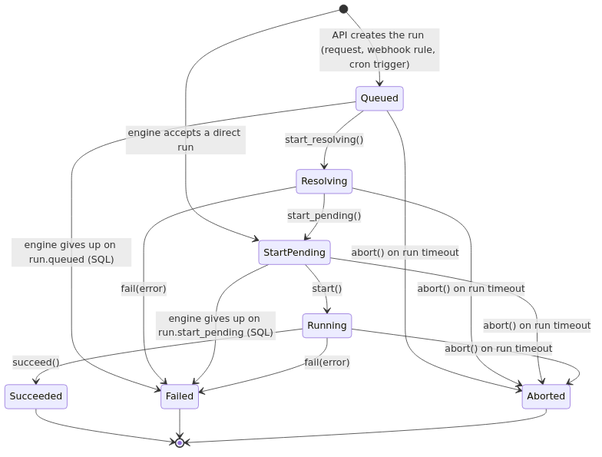
The Mermaid diagram docs/workflow_machine.png in paninfracon/stormchaser, before a commit. Its source is kept beside it as docs/workflow_machine.mmd.
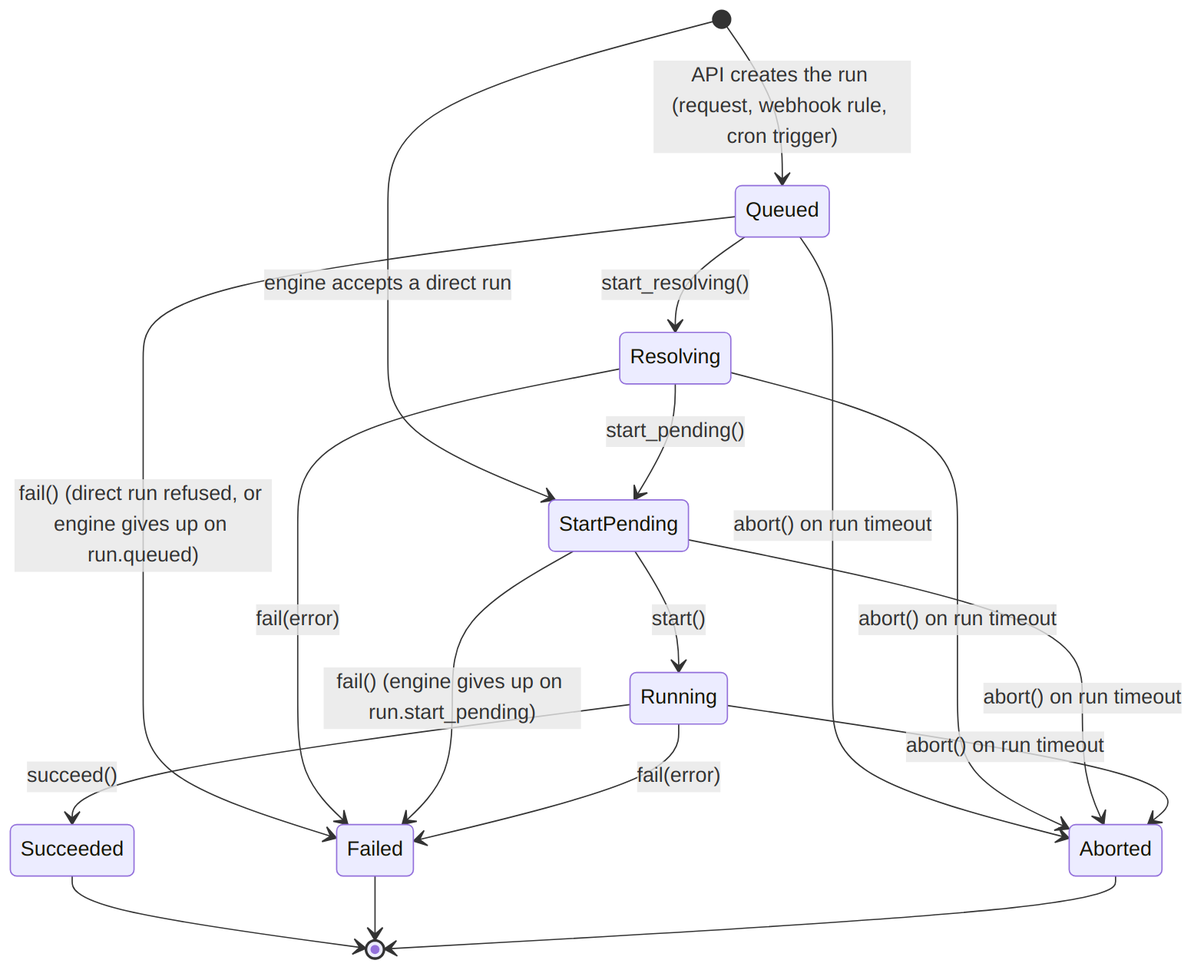
The same file after the commit.

Diff of the diagram source:
```diff
@@ -3,7 +3,7 @@
     [*] --> StartPending: engine accepts a direct run
 
     Queued --> Resolving: start_resolving()
-    Queued --> Failed: engine gives up on run.queued (SQL)
+    Queued --> Failed: fail() (direct run refused, or engine gives up on run.queued)
     Queued --> Aborted: abort() on run timeout
 
     Resolving --> StartPending: start_pending()
@@ -11,7 +11,7 @@
     Resolving --> Aborted: abort() on run timeout
 
     StartPending --> Running: start()
-    StartPending --> Failed: engine gives up on run.start_pending (SQL)
+    StartPending --> Failed: fail() (engine gives up on run.start_pending)
     StartPending --> Aborted: abort() on run timeout
 
     Running --> Succeeded: succeed()
```
